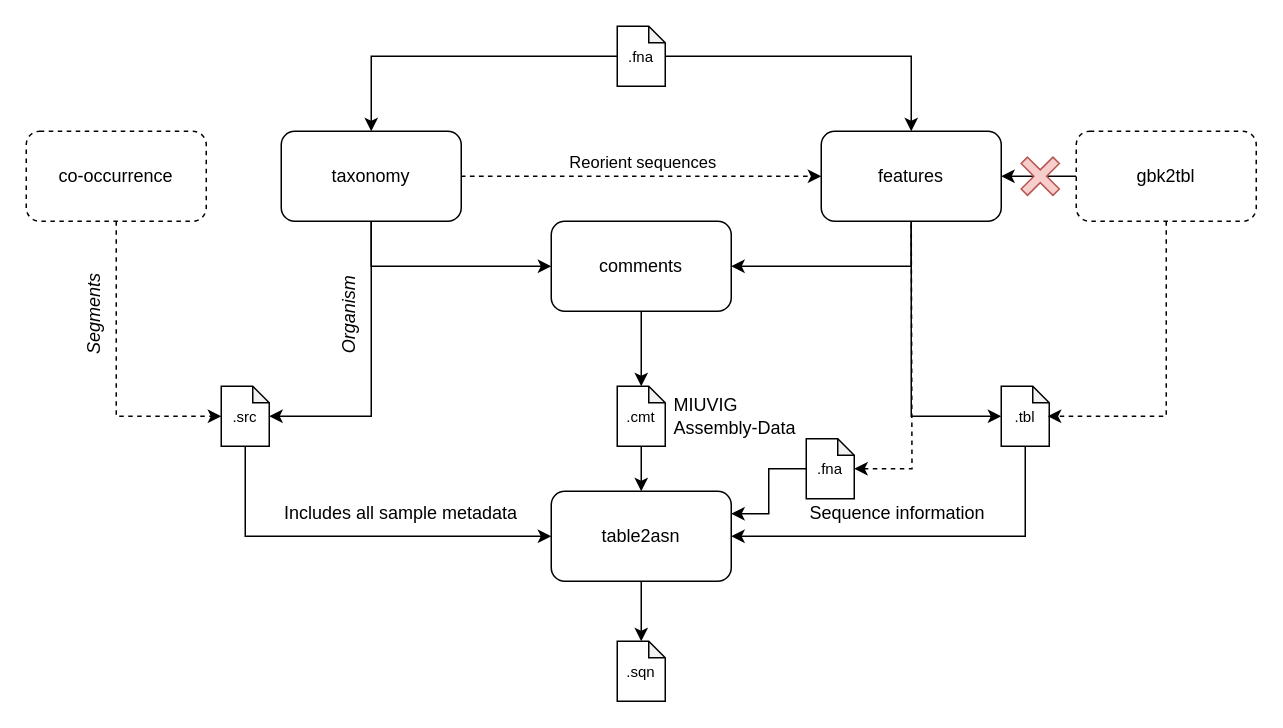
LanderDC/suvtk keeps this draw.io diagram as _static/suvtk_diagram.drawio. Above is the earlier version. Source tidied: cells renumbered, new cells numbered last; positions are measured from the earlier drawing's top-left corner, leaving out a move shared by most shapes. Both pictures are drawn from the tidied source at 150%, with x=0, y=0 at pixel (-2, 26).
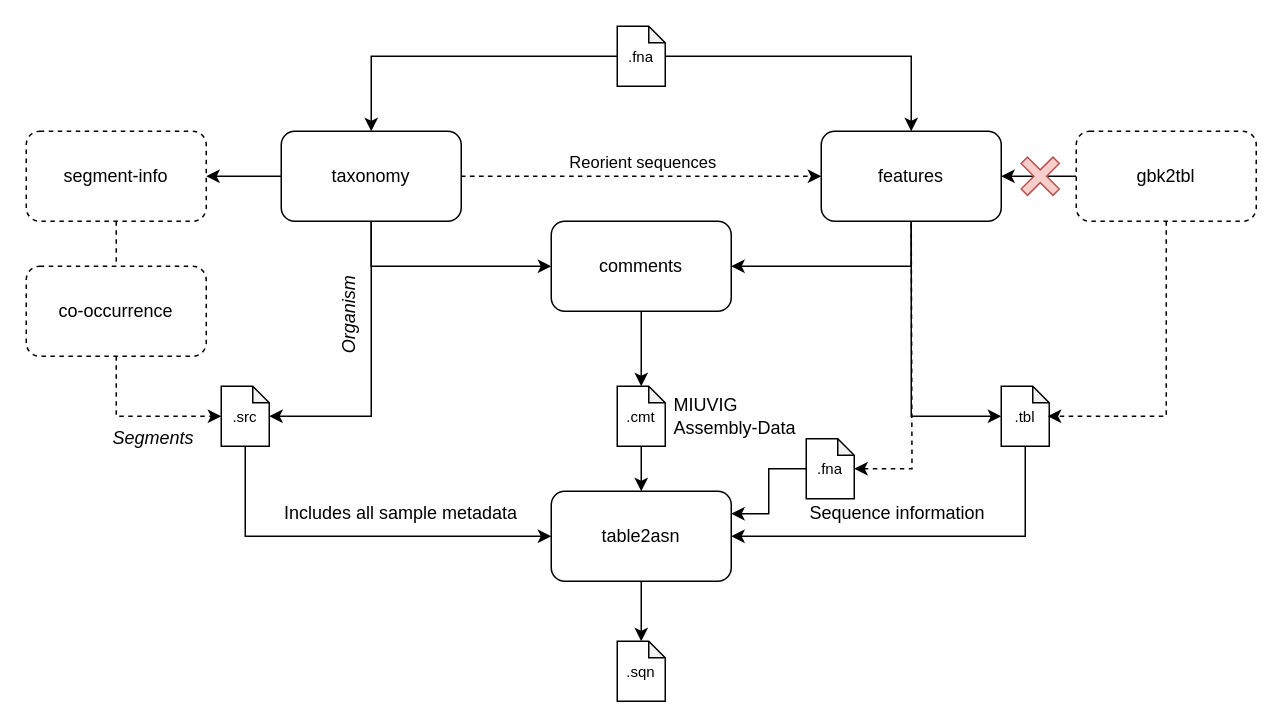
The same diagram, later.

Unchanged cells that the change refers to:
```xml
<mxCell id="5" value="taxonomy" style="rounded=1;whiteSpace=wrap;html=1;" parent="1" vertex="1">
  <mxGeometry x="188" y="70" width="120" height="60" as="geometry" />
</mxCell>
```

The edit, as a diff of the source:
```diff
@@
+    <mxCell id="40" style="edgeStyle=orthogonalEdgeStyle;rounded=0;jettySize=auto;html=1;exitX=0;exitY=0.5;exitDx=0;exitDy=0;entryX=1;entryY=0.5;entryDx=0;entryDy=0;" parent="1" edge="1" source="5" target="10">
+      <mxGeometry relative="1" as="geometry" />
+    </mxCell>
@@
-    <mxCell id="10" value="co-occurrence" style="rounded=1;whiteSpace=wrap;html=1;dashed=1;" parent="1" vertex="1">
+    <mxCell id="10" value="segment-info" style="rounded=1;whiteSpace=wrap;html=1;dashed=1;" parent="1" vertex="1">
       <mxGeometry x="18" y="70" width="120" height="60" as="geometry" />
     </mxCell>
@@
-    <mxCell id="29" value="&lt;i&gt;Segments&lt;/i&gt;" style="text;html=1;align=center;verticalAlign=middle;whiteSpace=wrap;rounded=0;rotation=-90;" parent="1" vertex="1">
-      <mxGeometry x="0.5" y="177.5" width="125" height="30" as="geometry" />
+    <mxCell id="29" value="&lt;i&gt;Segments&lt;/i&gt;" style="text;html=1;align=center;verticalAlign=middle;whiteSpace=wrap;rounded=0;rotation=0;" parent="1" vertex="1">
+      <mxGeometry x="68" y="260" width="70" height="30" as="geometry" />
     </mxCell>
@@
+    <mxCell id="41" value="co-occurrence" style="rounded=1;whiteSpace=wrap;html=1;dashed=1;" parent="1" vertex="1">
+      <mxGeometry x="18" y="160" width="120" height="60" as="geometry" />
+    </mxCell>
```
